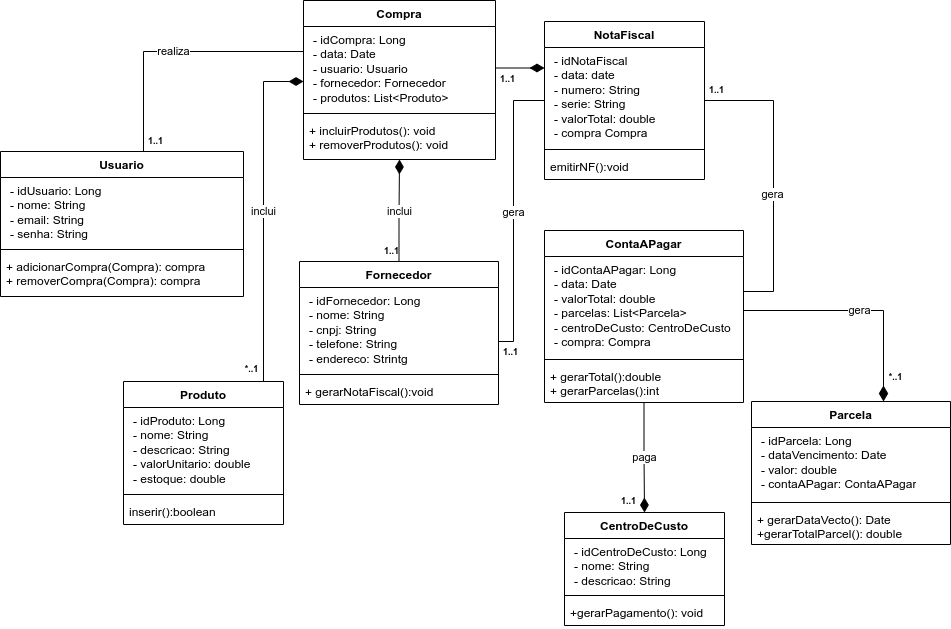
The draw.io diagram IES300/atividades/diagrama_de_classes/atv_diagrama_de_classes.drawio.png in leonardosetti/FATECTq, before a commit. Source tidied: cells renumbered, new cells last; positions are measured from the earlier drawing's top-left corner, leaving out a move shared by most shapes.
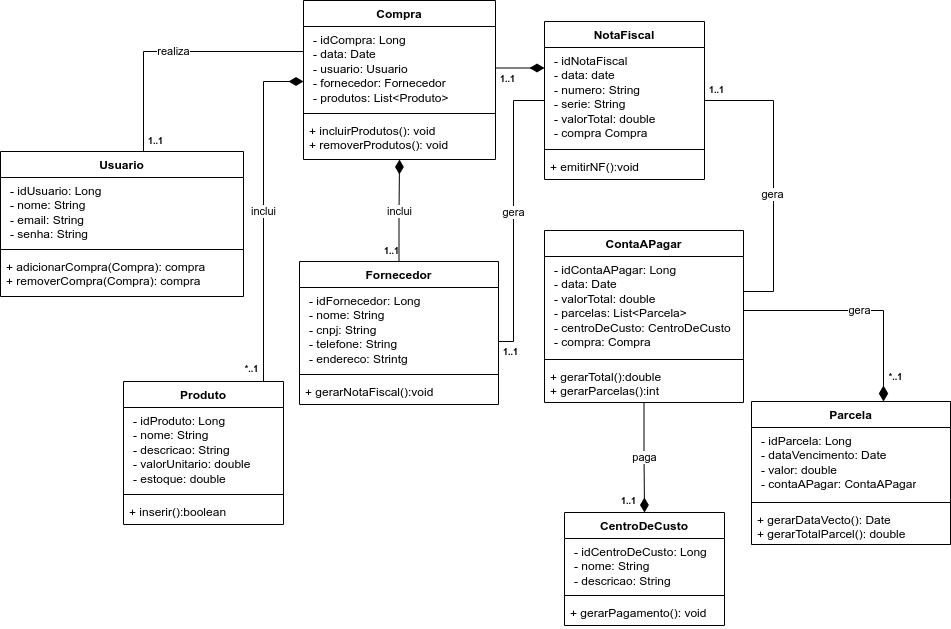
After the commit.

What changed in the source:
```diff
@@ -45,7 +45,7 @@
     <mxCell id="14" style="line;strokeWidth=1;fillColor=none;align=left;verticalAlign=middle;spacingTop=-1;spacingLeft=3;spacingRight=3;labelPosition=right;strokeColor=inherit;" parent="12" vertex="1">
       <mxGeometry y="109" width="160" height="8" as="geometry" />
     </mxCell>
-    <mxCell id="15" value="inserir():boolean" style="text;strokeColor=none;fillColor=none;align=left;verticalAlign=top;spacingLeft=4;spacingRight=4;overflow=hidden;whiteSpace=wrap;html=1;" parent="12" vertex="1">
+    <mxCell id="15" value="+ inserir():boolean" style="text;strokeColor=none;fillColor=none;align=left;verticalAlign=top;spacingLeft=4;spacingRight=4;overflow=hidden;whiteSpace=wrap;html=1;" parent="12" vertex="1">
       <mxGeometry y="117" width="160" height="26" as="geometry" />
     </mxCell>
     <mxCell id="16" value="inclui" style="edgeStyle=orthogonalEdgeStyle;shape=connector;rounded=0;jettySize=auto;html=1;labelBackgroundColor=default;strokeColor=default;align=center;verticalAlign=middle;fontFamily=Helvetica;fontSize=11;fontColor=default;endArrow=diamondThin;endFill=1;endSize=12;" parent="2" edge="1" source="17" target="7">
@@ -72,7 +72,7 @@
     <mxCell id="23" style="line;strokeWidth=1;fillColor=none;align=left;verticalAlign=middle;spacingTop=-1;spacingLeft=3;spacingRight=3;labelPosition=right;strokeColor=inherit;" parent="21" vertex="1">
       <mxGeometry y="124" width="160" height="8" as="geometry" />
     </mxCell>
-    <mxCell id="24" value="emitirNF():void" style="text;strokeColor=none;fillColor=none;align=left;verticalAlign=top;spacingLeft=4;spacingRight=4;overflow=hidden;whiteSpace=wrap;html=1;" parent="21" vertex="1">
+    <mxCell id="24" value="+ emitirNF():void" style="text;strokeColor=none;fillColor=none;align=left;verticalAlign=top;spacingLeft=4;spacingRight=4;overflow=hidden;whiteSpace=wrap;html=1;" parent="21" vertex="1">
       <mxGeometry y="132" width="160" height="26" as="geometry" />
     </mxCell>
     <mxCell id="25" value="&lt;b style=&quot;border-color: var(--border-color);&quot;&gt;Parcela&lt;/b&gt;" style="swimlane;fontStyle=1;align=center;verticalAlign=top;horizontal=1;startSize=26;whiteSpace=wrap;html=1;" parent="2" vertex="1">
@@ -84,7 +84,7 @@
     <mxCell id="27" style="line;strokeWidth=1;fillColor=none;align=left;verticalAlign=middle;spacingTop=-1;spacingLeft=3;spacingRight=3;labelPosition=right;strokeColor=inherit;" parent="25" vertex="1">
       <mxGeometry y="97" width="199" height="8" as="geometry" />
     </mxCell>
-    <mxCell id="28" value="+ gerarDataVecto(): Date&lt;br&gt;+gerarTotalParcel(): double" style="text;strokeColor=none;fillColor=none;align=left;verticalAlign=top;spacingLeft=4;spacingRight=4;overflow=hidden;whiteSpace=wrap;html=1;" parent="25" vertex="1">
+    <mxCell id="28" value="+ gerarDataVecto(): Date&lt;br&gt;+ gerarTotalParcel(): double" style="text;strokeColor=none;fillColor=none;align=left;verticalAlign=top;spacingLeft=4;spacingRight=4;overflow=hidden;whiteSpace=wrap;html=1;" parent="25" vertex="1">
       <mxGeometry y="105" width="199" height="38" as="geometry" />
     </mxCell>
     <mxCell id="29" value="&lt;b style=&quot;border-color: var(--border-color);&quot;&gt;ContaAPagar&lt;/b&gt;" style="swimlane;fontStyle=1;align=center;verticalAlign=top;horizontal=1;startSize=26;whiteSpace=wrap;html=1;" parent="2" vertex="1">
@@ -108,7 +108,7 @@
     <mxCell id="35" style="line;strokeWidth=1;fillColor=none;align=left;verticalAlign=middle;spacingTop=-1;spacingLeft=3;spacingRight=3;labelPosition=right;strokeColor=inherit;" parent="33" vertex="1">
       <mxGeometry y="79" width="160" height="8" as="geometry" />
     </mxCell>
-    <mxCell id="36" value="+gerarPagamento(): void" style="text;strokeColor=none;fillColor=none;align=left;verticalAlign=top;spacingLeft=4;spacingRight=4;overflow=hidden;whiteSpace=wrap;html=1;" parent="33" vertex="1">
+    <mxCell id="36" value="+ gerarPagamento(): void" style="text;strokeColor=none;fillColor=none;align=left;verticalAlign=top;spacingLeft=4;spacingRight=4;overflow=hidden;whiteSpace=wrap;html=1;" parent="33" vertex="1">
       <mxGeometry y="87" width="160" height="26" as="geometry" />
     </mxCell>
     <mxCell id="37" value="realiza" style="edgeStyle=orthogonalEdgeStyle;rounded=0;jettySize=auto;html=1;endArrow=none;endFill=0;" parent="2" edge="1" source="3" target="7">
```
